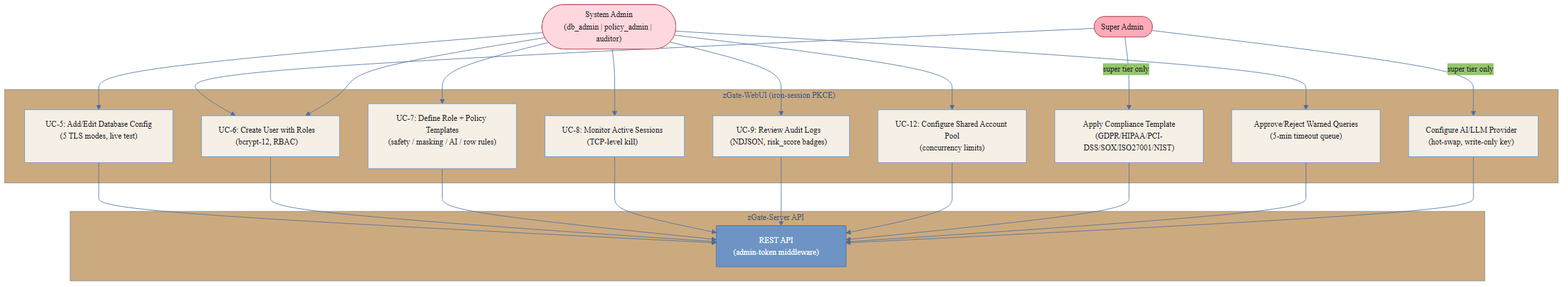
The Mermaid diagram images/fig4_3_admin.png in lll-michael-lll/Graduation-Project-Documentation, before a commit. Its source is kept beside it as diagrams/fig4_3_admin.mmd. The source it was exported from:
```mermaid
%%{init: {
  "theme": "base",
  "themeVariables": {
    "primaryColor": "#6D94C5",
    "primaryTextColor": "#1a1a1a",
    "primaryBorderColor": "#4a6fa0",
    "lineColor": "#4a6fa0",
    "fontFamily": "Liberation Sans, Arial, sans-serif",
    "fontSize": "14px"
  }
}}%%
flowchart TD
    classDef actor   fill:#FFD8DF,stroke:#c0626e,color:#1a1a1a
    classDef usecase fill:#F5EFE6,stroke:#6D94C5,color:#1a1a1a
    classDef super   fill:#FFAAB8,stroke:#c0626e,color:#1a1a1a
    classDef server  fill:#6D94C5,stroke:#4a6fa0,color:#fff

    SYS_ADMIN(["System Admin\n(db_admin | policy_admin | auditor)"]):::actor
    SUPER_ADMIN(["Super Admin"]):::super

    subgraph WEBUI ["zGate-WebUI (iron-session PKCE)"]
        UC5["UC-5: Add/Edit Database Config\n(5 TLS modes, live test)"]:::usecase
        UC6["UC-6: Create User with Roles\n(bcrypt-12, RBAC)"]:::usecase
        UC7["UC-7: Define Role + Policy Templates\n(safety / masking / AI / row rules)"]:::usecase
        UC8["UC-8: Monitor Active Sessions\n(TCP-level kill)"]:::usecase
        UC9["UC-9: Review Audit Logs\n(NDJSON, risk_score badges)"]:::usecase
        UC12["UC-12: Configure Shared Account Pool\n(concurrency limits)"]:::usecase
        UC_COMP["Apply Compliance Template\n(GDPR/HIPAA/PCI-DSS/SOX/ISO27001/NIST)"]:::usecase
        UC_WARN["Approve/Reject Warned Queries\n(5-min timeout queue)"]:::usecase
        UC_AI["Configure AI/LLM Provider\n(hot-swap, write-only key)"]:::usecase
    end

    subgraph SERVER ["zGate-Server API"]
        SRV["REST API\n(admin-token middleware)"]:::server
    end

    SUPER_ADMIN -->|"super tier only"| UC_COMP
    SUPER_ADMIN -->|"super tier only"| UC_AI
    SUPER_ADMIN --> UC6
    SYS_ADMIN --> UC5
    SYS_ADMIN --> UC6
    SYS_ADMIN --> UC7
    SYS_ADMIN --> UC8
    SYS_ADMIN --> UC9
    SYS_ADMIN --> UC12
    SYS_ADMIN --> UC_WARN

    UC5 --> SRV
    UC6 --> SRV
    UC7 --> SRV
    UC8 --> SRV
    UC9 --> SRV
    UC12 --> SRV
    UC_COMP --> SRV
    UC_WARN --> SRV
    UC_AI --> SRV
```
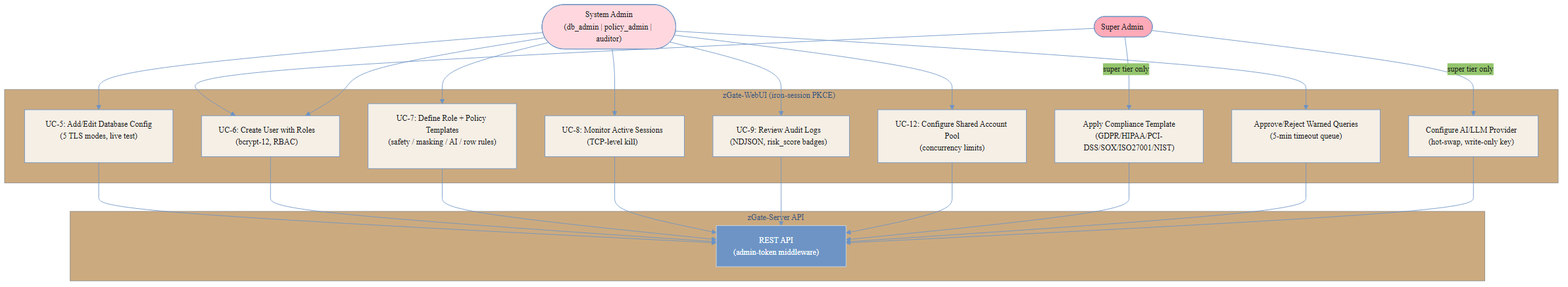
After the commit.

The edit, as a diff of the source:
```diff
@@ -3,17 +3,17 @@
   "themeVariables": {
     "primaryColor": "#6D94C5",
     "primaryTextColor": "#1a1a1a",
-    "primaryBorderColor": "#4a6fa0",
-    "lineColor": "#4a6fa0",
+    "primaryBorderColor": "#6D94C5",
+    "lineColor": "#6D94C5",
     "fontFamily": "Liberation Sans, Arial, sans-serif",
     "fontSize": "14px"
   }
 }}%%
 flowchart TD
-    classDef actor   fill:#FFD8DF,stroke:#c0626e,color:#1a1a1a
+    classDef actor   fill:#FFD8DF,stroke:#6D94C5,color:#1a1a1a
     classDef usecase fill:#F5EFE6,stroke:#6D94C5,color:#1a1a1a
-    classDef super   fill:#FFAAB8,stroke:#c0626e,color:#1a1a1a
-    classDef server  fill:#6D94C5,stroke:#4a6fa0,color:#fff
+    classDef super   fill:#FFAAB8,stroke:#6D94C5,color:#1a1a1a
+    classDef server  fill:#6D94C5,stroke:#CBDCEB,color:#fff
 
     SYS_ADMIN(["System Admin\n(db_admin | policy_admin | auditor)"]):::actor
     SUPER_ADMIN(["Super Admin"]):::super
```
